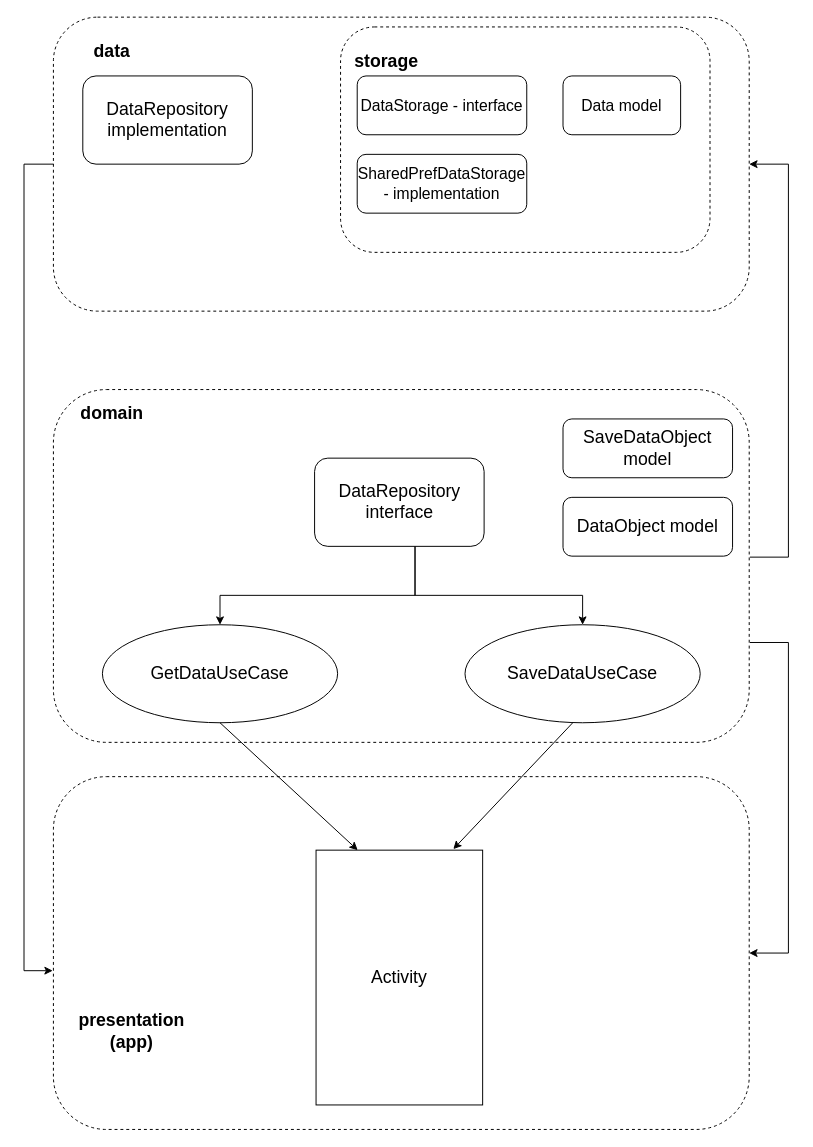
This is app/src/drawIO/CleanArchitecture.drawio from way-to-mars/CleanArchitectureTeaching, a draw.io file, before an edit. Source tidied: cells renumbered, new cells numbered last; positions are measured from the earlier drawing's top-left corner, leaving out a move shared by most shapes. Both pictures are drawn from the tidied source at 98%, with x=0, y=0 at pixel (24, 17).
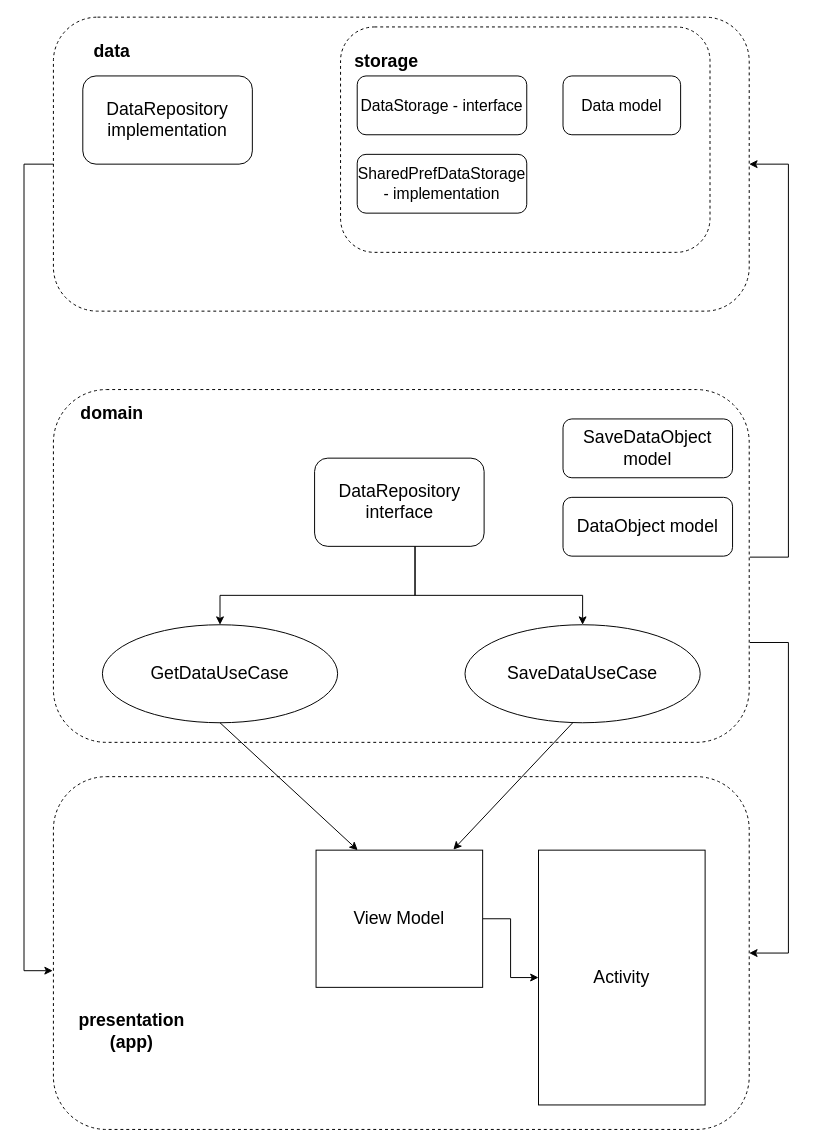
Above is the later version.

Commit message (it also covers changes not shown here):
Add a few KDocs

Diff of the diagram source:
```diff
@@
+    <mxCell id="27" style="edgeStyle=orthogonalEdgeStyle;rounded=0;jettySize=auto;html=1;entryX=0;entryY=0.5;entryDx=0;entryDy=0;" parent="1" edge="1" source="7" target="28">
+      <mxGeometry relative="1" as="geometry" />
+    </mxCell>
-    <mxCell id="7" value="Activity" style="rounded=0;whiteSpace=wrap;html=1;fontSize=18;" parent="1" vertex="1">
-      <mxGeometry x="298" y="850" width="170" height="260" as="geometry" />
+    <mxCell id="7" value="View Model" style="rounded=0;whiteSpace=wrap;html=1;fontSize=18;" parent="1" vertex="1">
+      <mxGeometry x="298" y="850" width="170" height="140" as="geometry" />
     </mxCell>
@@
+    <mxCell id="28" value="Activity" style="rounded=0;whiteSpace=wrap;html=1;fontSize=18;" parent="1" vertex="1">
+      <mxGeometry x="525" y="850" width="170" height="260" as="geometry" />
+    </mxCell>
```
